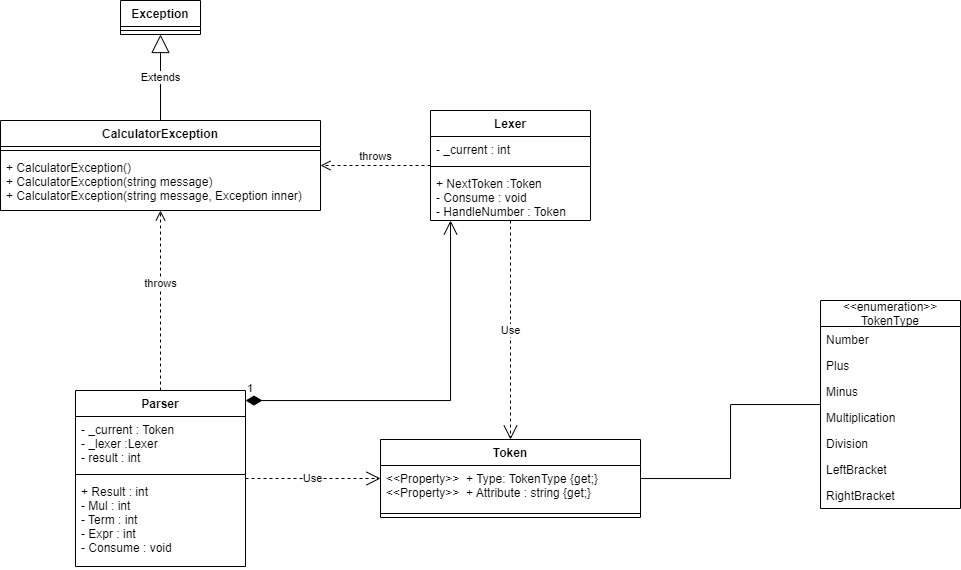
Earlier version of the draw.io export doc/CalculatorDiagram.drawio.png (ptskok/Calculator). Source tidied: cells renumbered, new cells last; positions are measured from the earlier drawing's top-left corner, leaving out a move shared by most shapes.
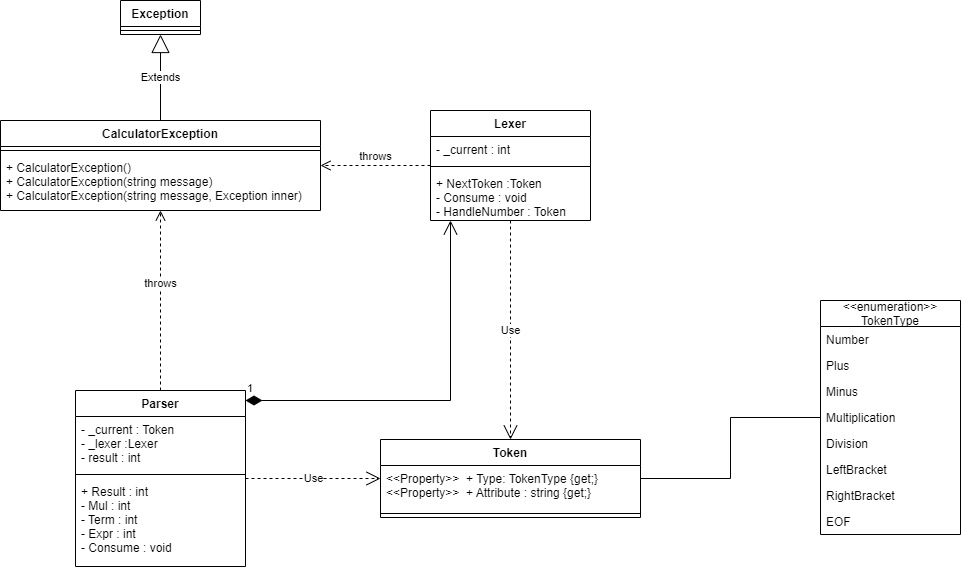
The same diagram one commit later.

The edit, as a diff of the source:
```diff
@@ -45,7 +45,7 @@
       <mxGeometry y="70" width="260" height="8" as="geometry" />
     </mxCell>
     <mxCell id="16" value="&lt;&lt;enumeration&gt;&gt;&#10;TokenType" style="swimlane;fontStyle=0;horizontal=1;startSize=26;fillColor=none;" parent="1" vertex="1">
-      <mxGeometry x="820" y="300" width="140" height="208" as="geometry" />
+      <mxGeometry x="820" y="300" width="140" height="234" as="geometry" />
     </mxCell>
     <mxCell id="17" value="Number" style="text;strokeColor=none;fillColor=none;align=left;verticalAlign=top;spacingLeft=4;spacingRight=4;overflow=hidden;" parent="16" vertex="1">
       <mxGeometry y="26" width="140" height="26" as="geometry" />
@@ -68,6 +68,9 @@
     <mxCell id="23" value="RightBracket" style="text;strokeColor=none;fillColor=none;align=left;verticalAlign=top;spacingLeft=4;spacingRight=4;overflow=hidden;" parent="16" vertex="1">
       <mxGeometry y="182" width="140" height="26" as="geometry" />
     </mxCell>
+    <mxCell id="33" value="EOF" style="text;strokeColor=none;fillColor=none;align=left;verticalAlign=top;spacingLeft=4;spacingRight=4;overflow=hidden;" parent="16" vertex="1">
+      <mxGeometry y="208" width="140" height="26" as="geometry" />
+    </mxCell>
     <mxCell id="24" value="Extends" style="endArrow=block;endSize=16;endFill=0;html=1;rounded=0;" parent="1" edge="1" source="10" target="25">
       <mxGeometry relative="1" as="geometry" />
     </mxCell>
```
